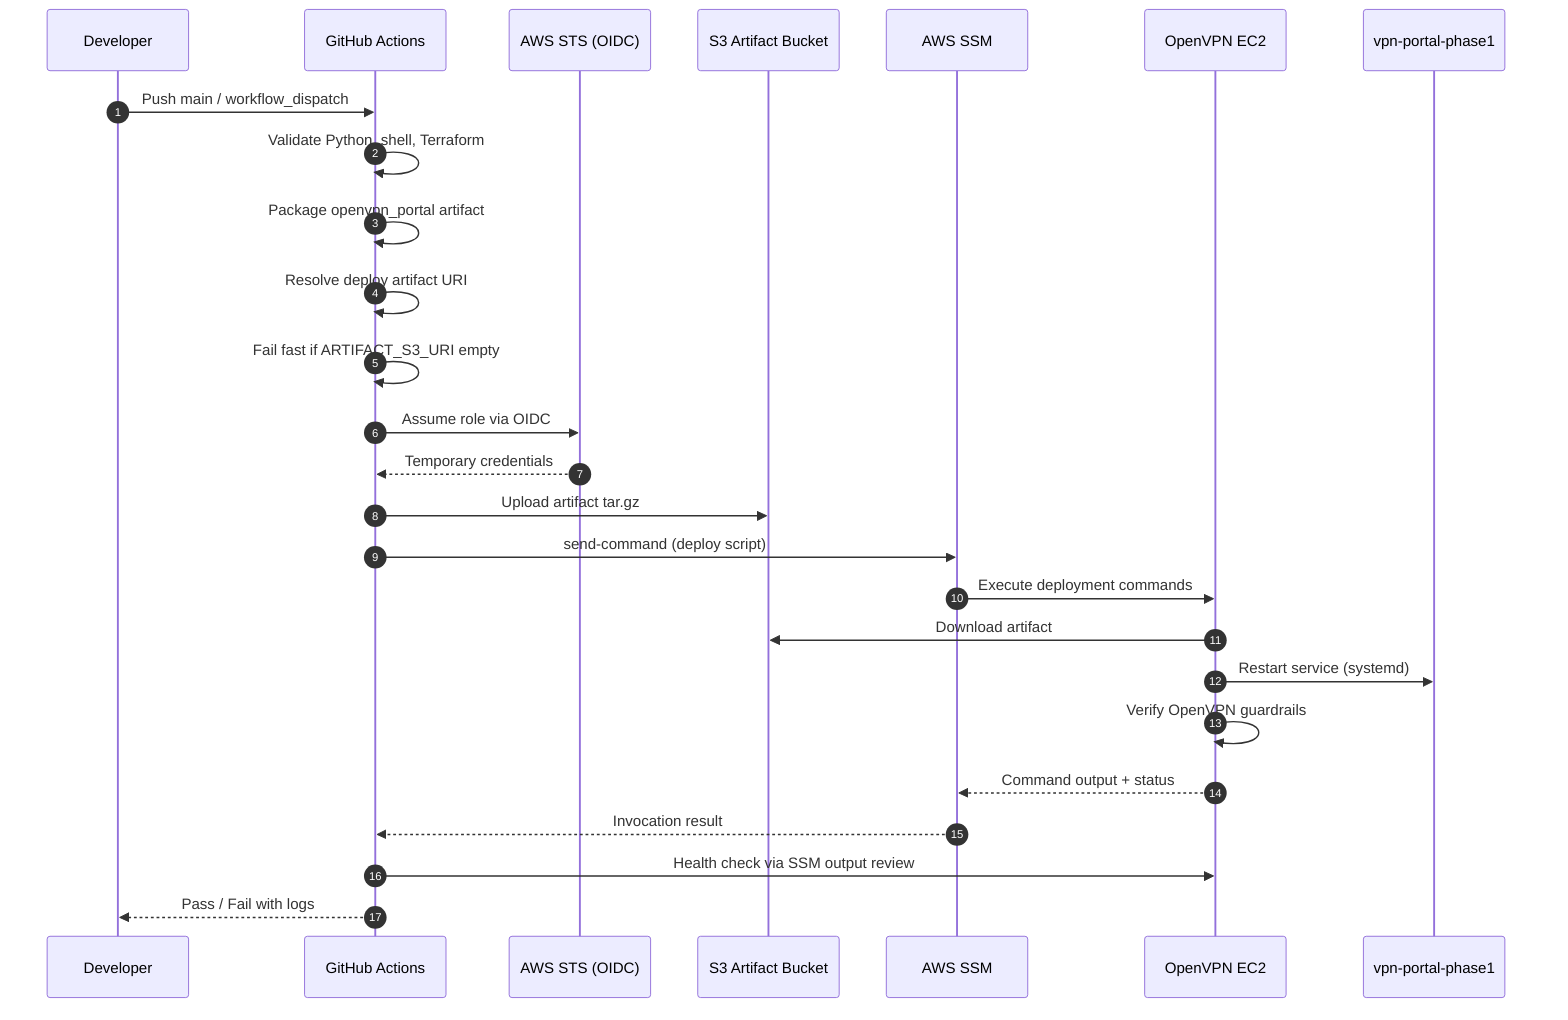
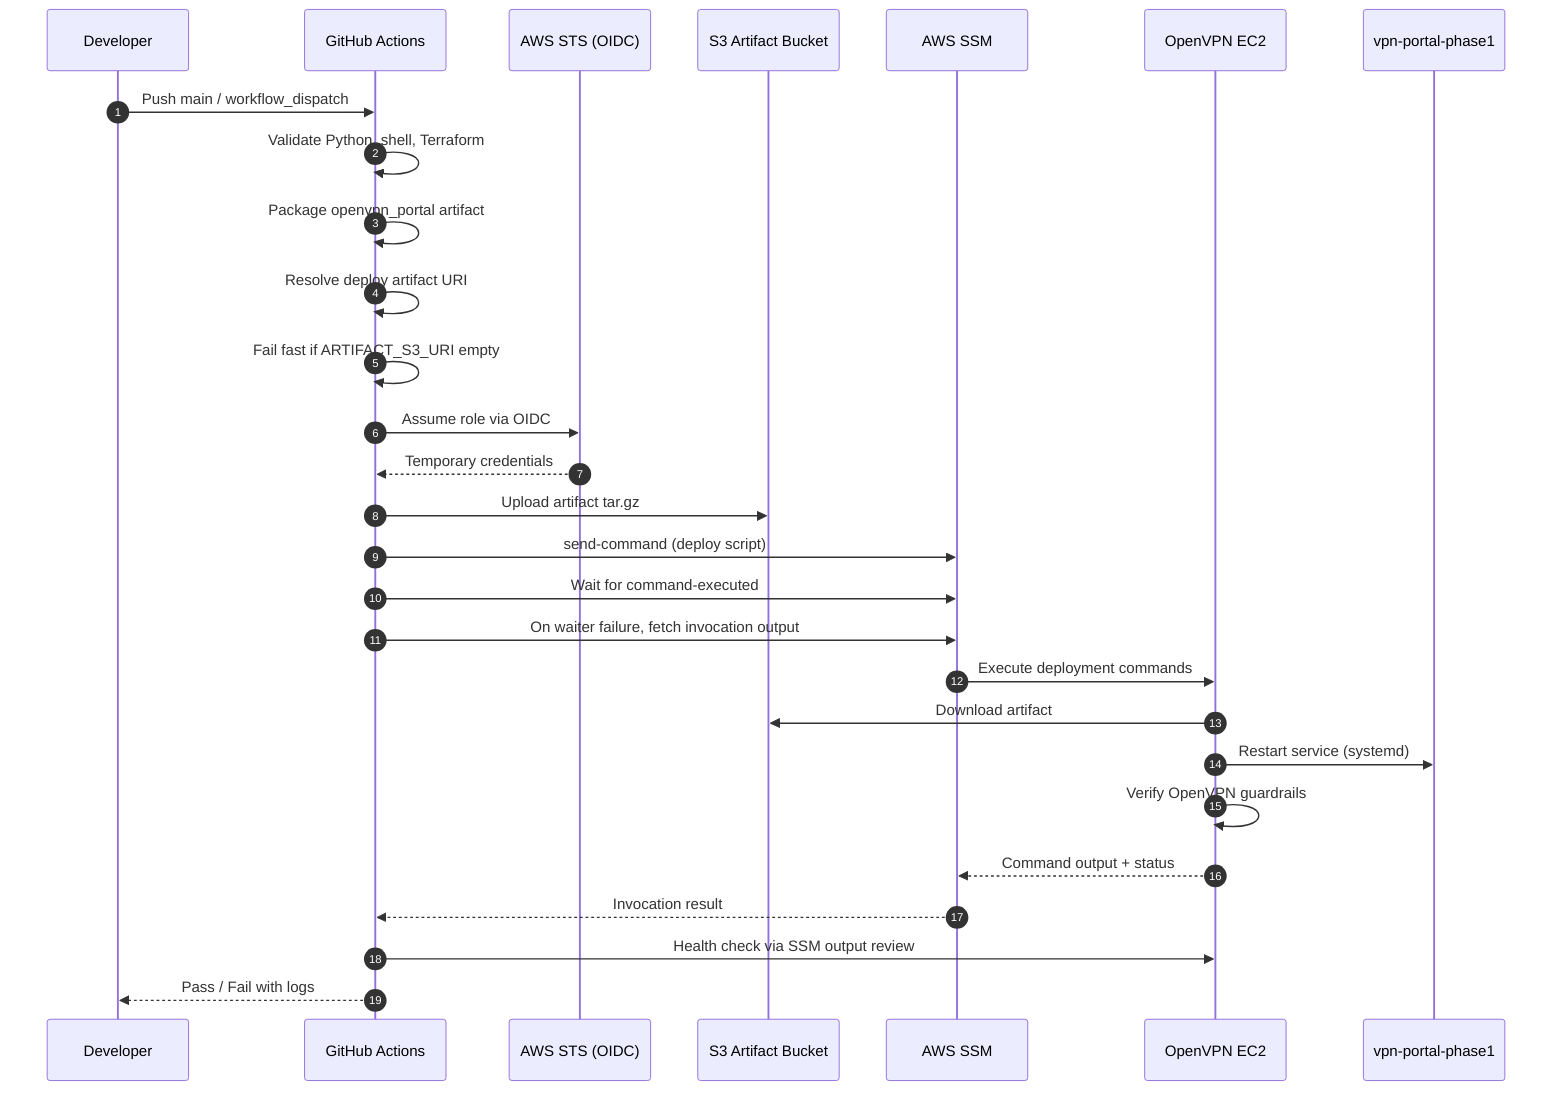
sequenceDiagram
    autonumber
    participant Dev as Developer
    participant GH as GitHub Actions
    participant STS as AWS STS (OIDC)
    participant S3 as S3 Artifact Bucket
    participant SSM as AWS SSM
    participant EC2 as OpenVPN EC2
    participant Portal as vpn-portal-phase1

    Dev->>GH: Push main / workflow_dispatch
    GH->>GH: Validate Python, shell, Terraform
    GH->>GH: Package openvpn_portal artifact
    GH->>GH: Resolve deploy artifact URI
    GH->>GH: Fail fast if ARTIFACT_S3_URI empty
    GH->>STS: Assume role via OIDC
    STS-->>GH: Temporary credentials
    GH->>S3: Upload artifact tar.gz
    GH->>SSM: send-command (deploy script)
+     GH->>SSM: Wait for command-executed
+     GH->>SSM: On waiter failure, fetch invocation output
    SSM->>EC2: Execute deployment commands
    EC2->>S3: Download artifact
    EC2->>Portal: Restart service (systemd)
    EC2->>EC2: Verify OpenVPN guardrails
    EC2-->>SSM: Command output + status
    SSM-->>GH: Invocation result
    GH->>EC2: Health check via SSM output review
    GH-->>Dev: Pass / Fail with logs
